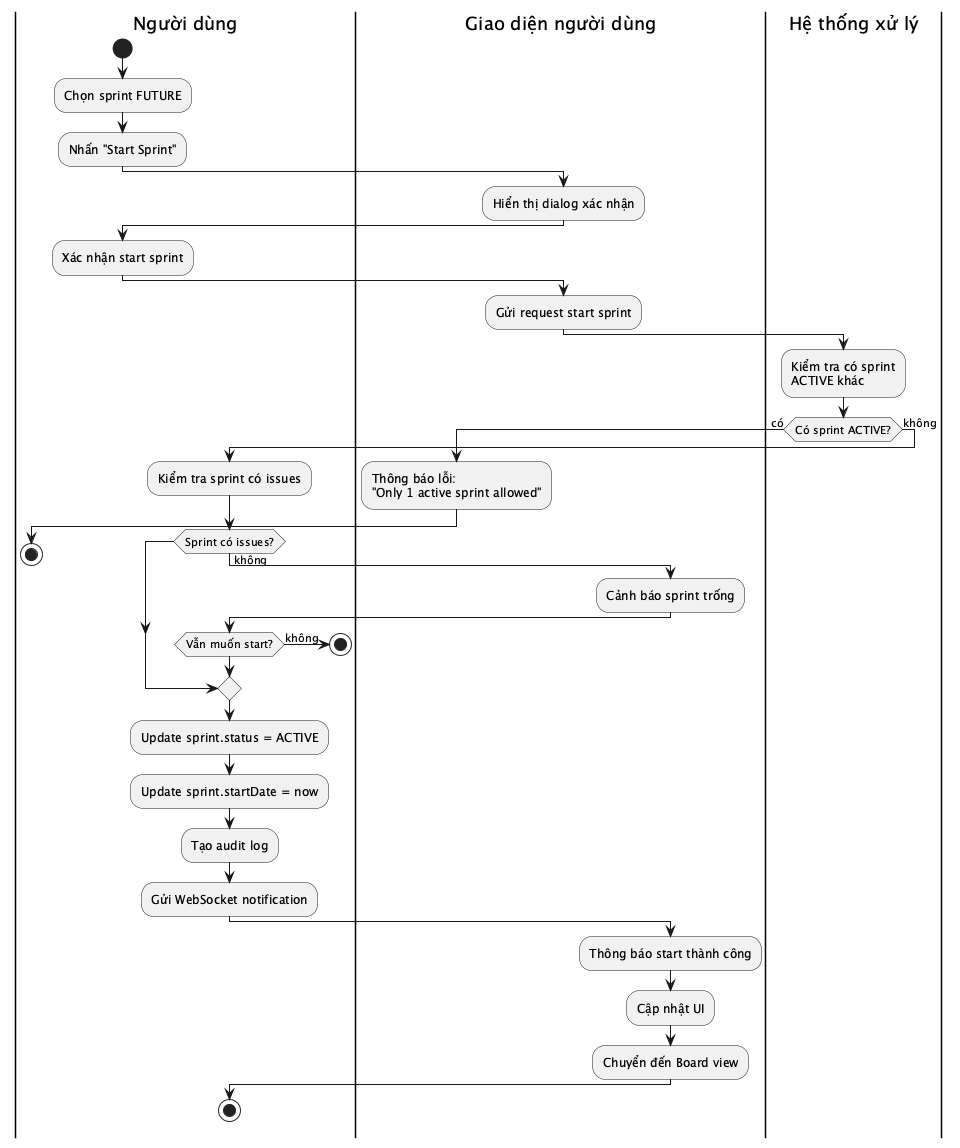
Earlier version of the PlantUML export reports/dat-examples/report/images/act_start_sprint.png (toantran292/datn). Its diagram source:
```plantuml
@startuml act_start_sprint
|Người dùng|
start
:Chọn sprint FUTURE;
:Nhấn "Start Sprint";
|Giao diện người dùng|
:Hiển thị dialog xác nhận;
|Người dùng|
:Xác nhận start sprint;
|Giao diện người dùng|
:Gửi request start sprint;
|Hệ thống xử lý|
:Kiểm tra có sprint
ACTIVE khác;
if (Có sprint ACTIVE?) then (có)
  |Giao diện người dùng|
  :Thông báo lỗi:
  "Only 1 active sprint allowed";
  |Người dùng|
  stop
else (không)
  :Kiểm tra sprint có issues;
  if (Sprint có issues?) then (không)
    |Giao diện người dùng|
    :Cảnh báo sprint trống;
    |Người dùng|
    if (Vẫn muốn start?) then (không)
      stop
    endif
  endif
  :Update sprint.status = ACTIVE;
  :Update sprint.startDate = now;
  :Tạo audit log;
  :Gửi WebSocket notification;
  |Giao diện người dùng|
  :Thông báo start thành công;
  :Cập nhật UI;
  :Chuyển đến Board view;
  |Người dùng|
  stop
endif
@enduml
```
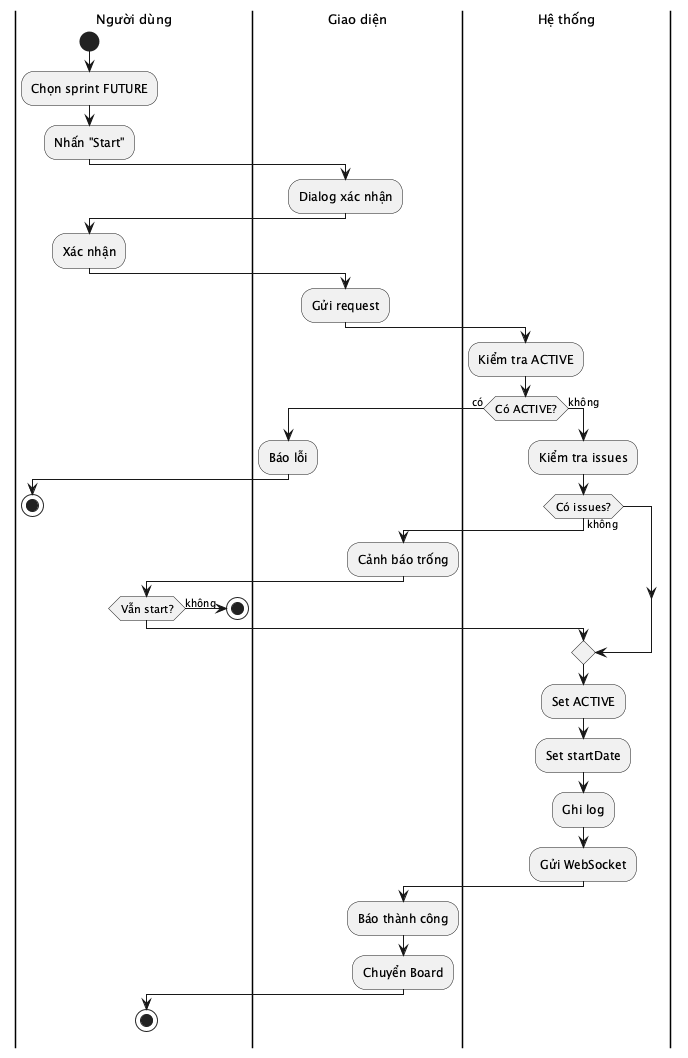
Later version of the same file.

The edit, as a diff of the source:
```diff
@@ -1,41 +1,51 @@
 @startuml act_start_sprint
+skinparam defaultFontSize 13
+skinparam activityFontSize 12
+skinparam activityDiamondFontSize 11
+skinparam activityArrowFontSize 10
+skinparam partitionFontSize 13
+
 |Người dùng|
 start
 :Chọn sprint FUTURE;
-:Nhấn "Start Sprint";
-|Giao diện người dùng|
-:Hiển thị dialog xác nhận;
+:Nhấn "Start";
+
+|Giao diện|
+:Dialog xác nhận;
+
 |Người dùng|
-:Xác nhận start sprint;
-|Giao diện người dùng|
-:Gửi request start sprint;
-|Hệ thống xử lý|
-:Kiểm tra có sprint
-ACTIVE khác;
-if (Có sprint ACTIVE?) then (có)
-  |Giao diện người dùng|
-  :Thông báo lỗi:
-  "Only 1 active sprint allowed";
+:Xác nhận;
+
+|Giao diện|
+:Gửi request;
+
+|Hệ thống|
+:Kiểm tra ACTIVE;
+
+if (Có ACTIVE?) then (có)
+  |Giao diện|
+  :Báo lỗi;
   |Người dùng|
   stop
 else (không)
-  :Kiểm tra sprint có issues;
-  if (Sprint có issues?) then (không)
-    |Giao diện người dùng|
-    :Cảnh báo sprint trống;
+  |Hệ thống|
+  :Kiểm tra issues;
+  if (Có issues?) then (không)
+    |Giao diện|
+    :Cảnh báo trống;
     |Người dùng|
-    if (Vẫn muốn start?) then (không)
+    if (Vẫn start?) then (không)
       stop
     endif
   endif
-  :Update sprint.status = ACTIVE;
-  :Update sprint.startDate = now;
-  :Tạo audit log;
-  :Gửi WebSocket notification;
-  |Giao diện người dùng|
-  :Thông báo start thành công;
-  :Cập nhật UI;
-  :Chuyển đến Board view;
+  |Hệ thống|
+  :Set ACTIVE;
+  :Set startDate;
+  :Ghi log;
+  :Gửi WebSocket;
+  |Giao diện|
+  :Báo thành công;
+  :Chuyển Board;
   |Người dùng|
   stop
 endif
```
